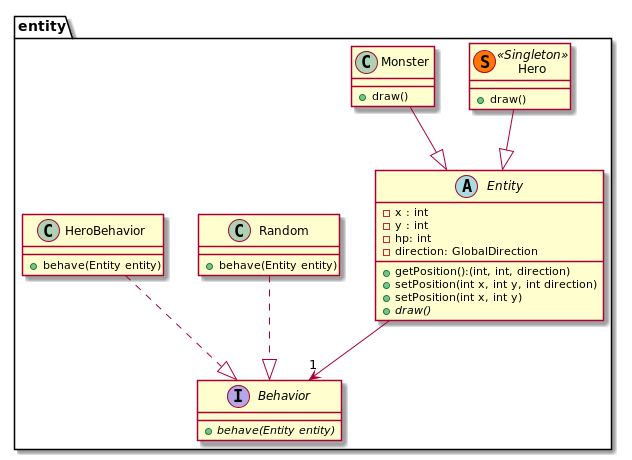
Above: doc/first_sprint/diagrams/class/character.png in Reynault/ACL_2019_Zelpop (PlantUML), before the change.
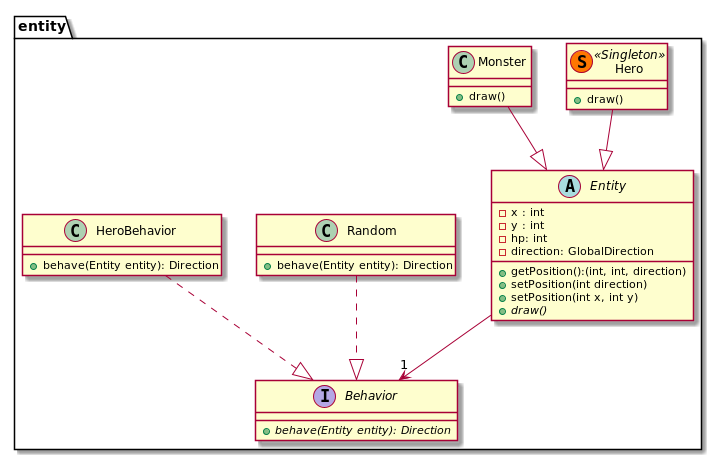
The same diagram one commit later.

Commit message:
First Sprint : Update diagrams

What changed in the source:
```diff
@@ -8,7 +8,7 @@
         - hp: int
         - direction: GlobalDirection
         + getPosition():(int, int, direction)
-        + setPosition(int x, int y, int direction)
+        + setPosition(int direction)
         + setPosition(int x, int y)
         + {abstract} draw()
     }
@@ -22,15 +22,15 @@
     }
 
     interface Behavior{
-        + {abstract} behave(Entity entity)
+        + {abstract} behave(Entity entity): Direction
     }
 
     class Random{
-        + behave(Entity entity)
+        + behave(Entity entity): Direction
     }
 
     class HeroBehavior{
-        + behave(Entity entity)
+        + behave(Entity entity): Direction
     }
 
 }
```
